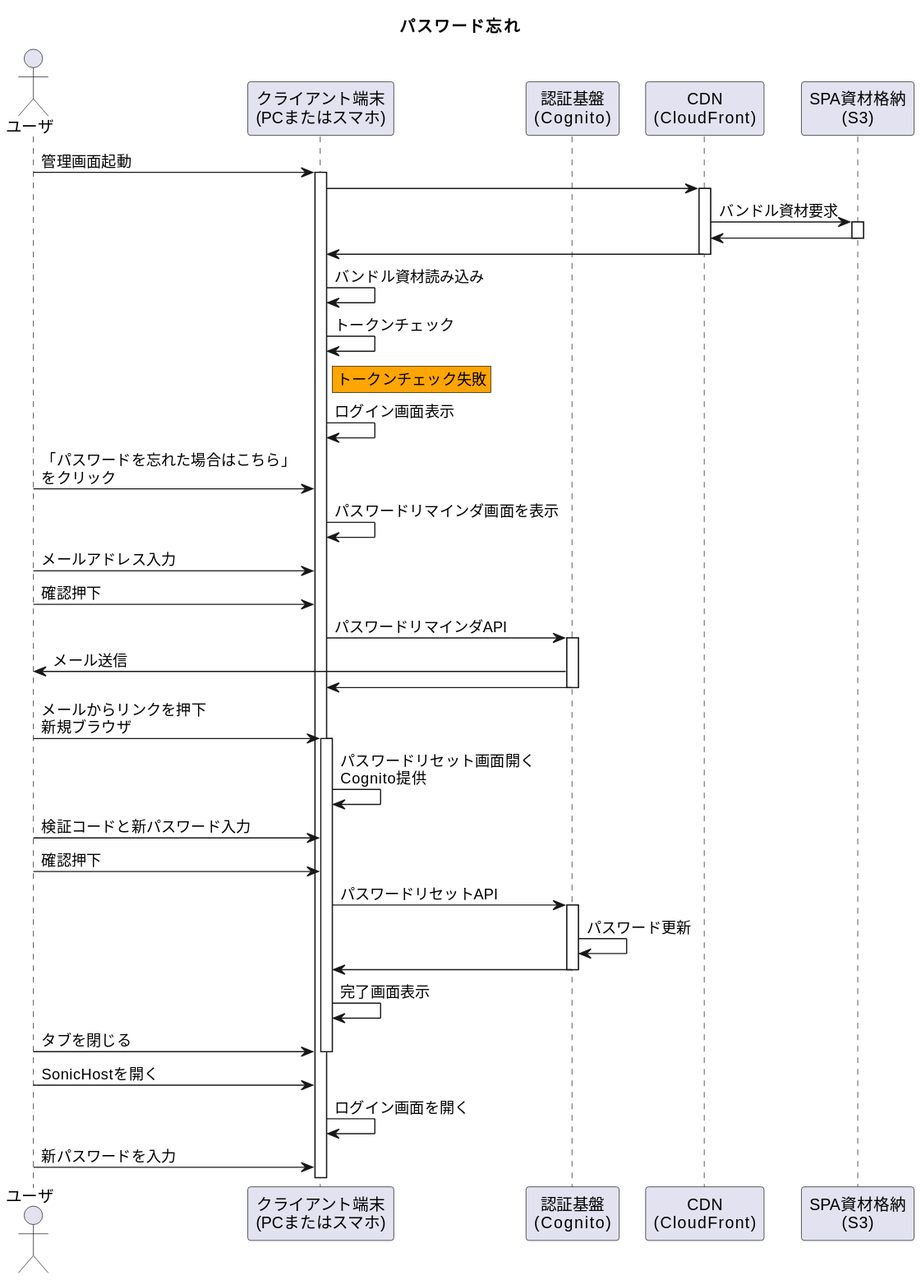
Earlier version of the PlantUML export 01_Sequences/00_Authentication/01_ForgotPassword_Flow/forgotPasswordFlow.svg (Sonic-Host/documents).
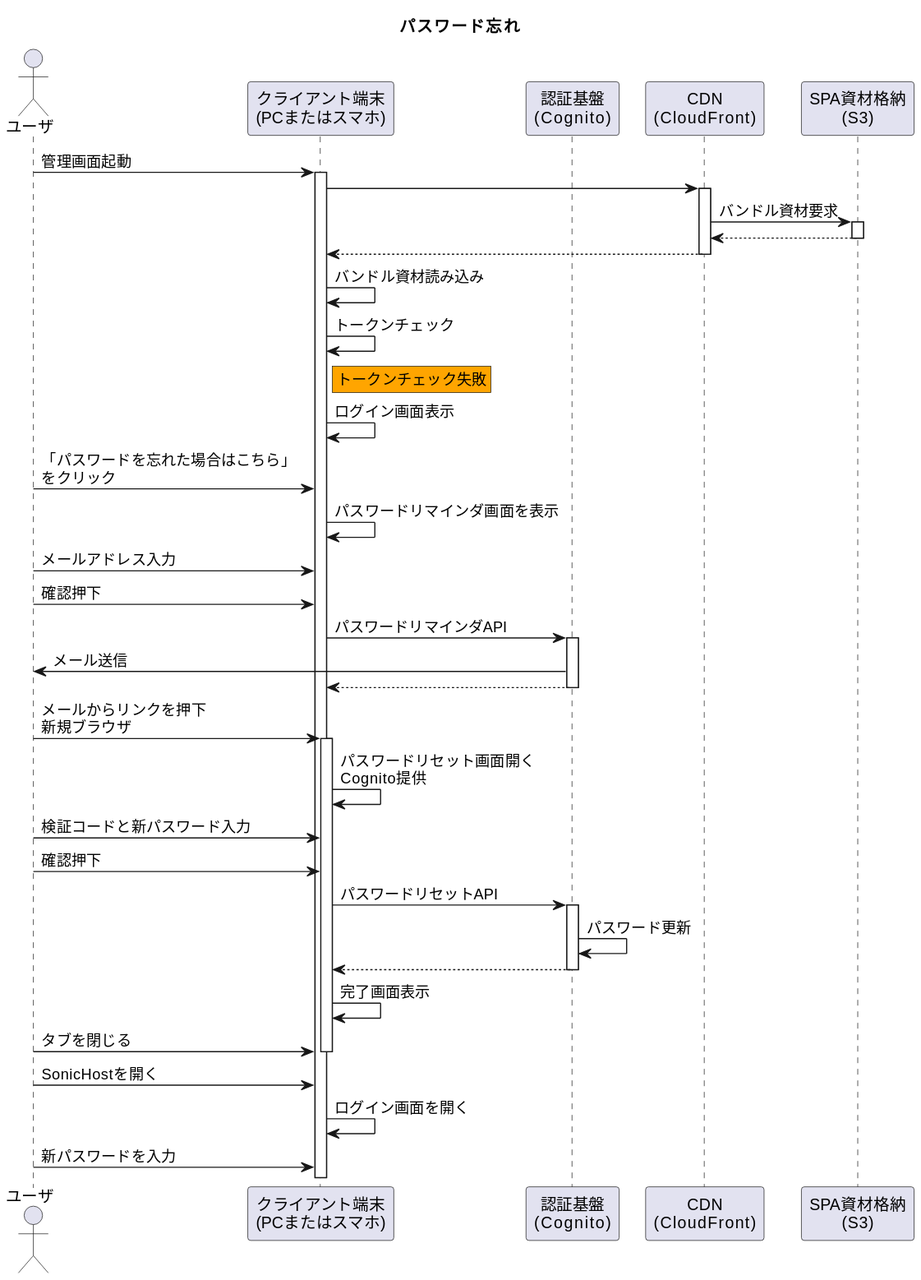
The same file after the commit.

The edit, as a diff of the source:
```diff
@@ -11,8 +11,8 @@
 user -> device ++ : 管理画面起動
 device -> cdn ++
 cdn -> spa ++ : バンドル資材要求
-cdn <- spa --
-device <- cdn --
+cdn <-- spa --
+device <-- cdn --
 device ->device : バンドル資材読み込み
 device -> device: トークンチェック
 rnote right of device #Orange
@@ -25,14 +25,14 @@
 user -> device : 確認押下
 device -> cognito ++ : パスワードリマインダAPI
 cognito -> user : メール送信
-device <- cognito --
+device <-- cognito --
 user -> device ++ : メールからリンクを押下\n新規ブラウザ
 device -> device : パスワードリセット画面開く\nCognito提供
 user -> device : 検証コードと新パスワード入力
 user -> device : 確認押下
 device -> cognito ++ : パスワードリセットAPI
 cognito -> cognito : パスワード更新
-device <- cognito --
+device <-- cognito --
 device -> device : 完了画面表示
 user -> device : タブを閉じる
 deactivate device
```
